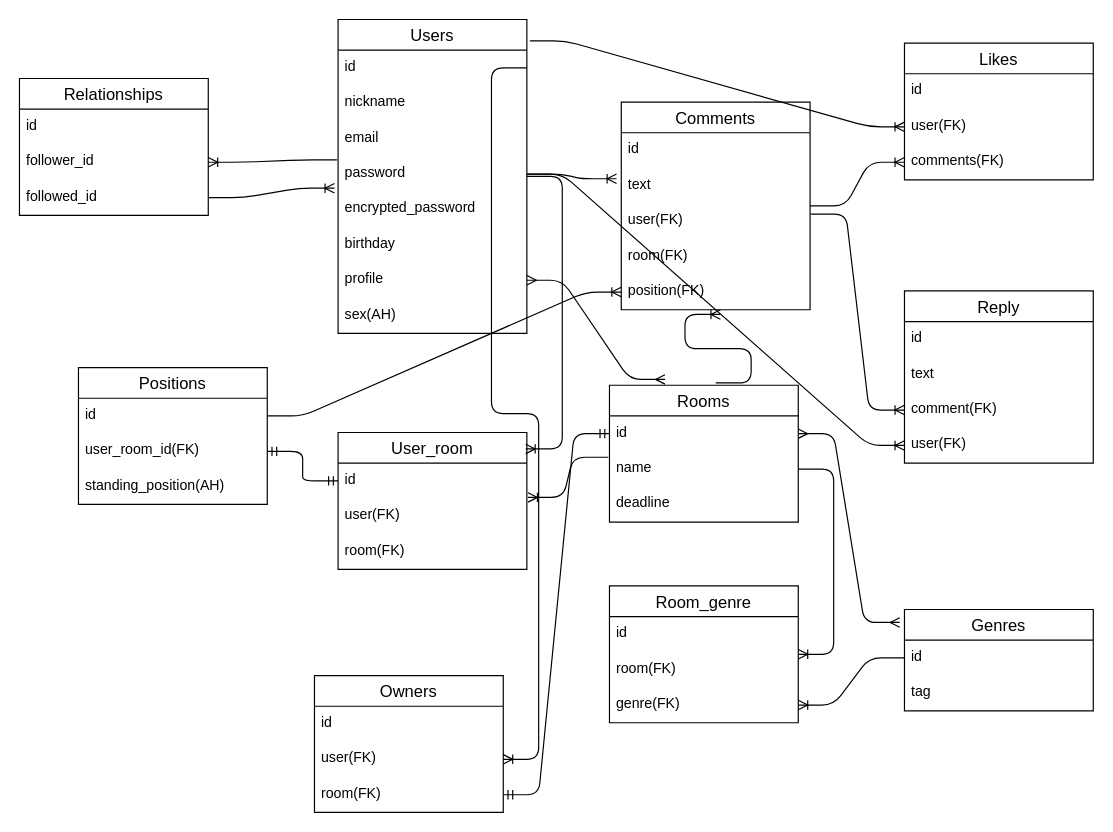
Earlier version of the draw.io diagram ER図.dio (harukicode0/discussion_app_2022). Source tidied: cells renumbered, new cells numbered last; positions are measured from the earlier drawing's top-left corner, leaving out a move shared by most shapes. Both pictures are drawn from the tidied source at 118%, with x=0, y=0 at pixel (19, 19).
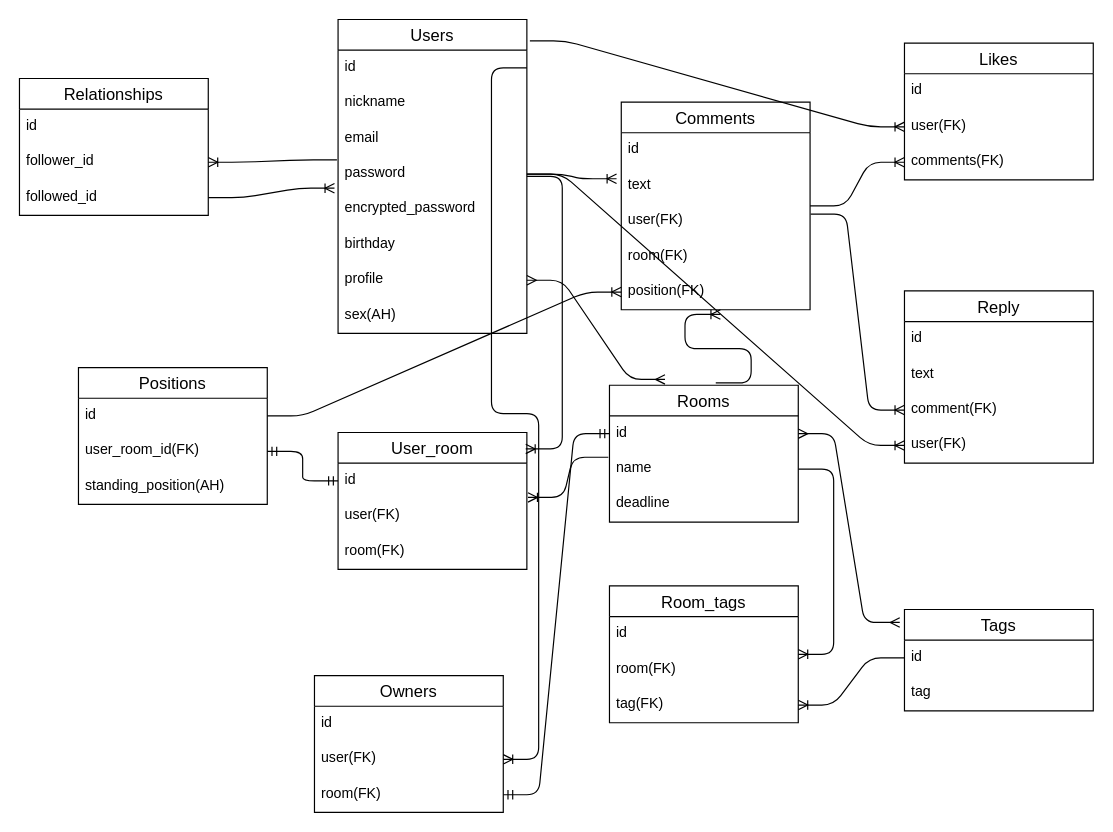
After the change.

Diff of the diagram source:
```diff
@@
-    <mxCell id="28" value="Genres" style="swimlane;fontStyle=0;horizontal=1;startSize=26;align=center;fontSize=14;" parent="1" vertex="1">
+    <mxCell id="28" value="Tags" style="swimlane;fontStyle=0;horizontal=1;startSize=26;align=center;fontSize=14;" parent="1" vertex="1">
       <mxGeometry x="750" y="500" width="160" height="86" as="geometry" />
     </mxCell>
@@
-    <mxCell id="31" value="Room_genre" style="swimlane;fontStyle=0;horizontal=1;startSize=26;align=center;fontSize=14;" parent="1" vertex="1">
+    <mxCell id="31" value="Room_tags" style="swimlane;fontStyle=0;horizontal=1;startSize=26;align=center;fontSize=14;" parent="1" vertex="1">
       <mxGeometry x="500" y="480" width="160" height="116" as="geometry" />
     </mxCell>
@@
-    <mxCell id="34" value="genre(FK)" style="text;strokeColor=none;fillColor=none;spacingLeft=4;spacingRight=4;overflow=hidden;points=[[0,0.5],[1,0.5]];portConstraint=eastwest;fontSize=12;" parent="31" vertex="1">
+    <mxCell id="34" value="tag(FK)" style="text;strokeColor=none;fillColor=none;spacingLeft=4;spacingRight=4;overflow=hidden;points=[[0,0.5],[1,0.5]];portConstraint=eastwest;fontSize=12;" parent="31" vertex="1">
       <mxGeometry y="86" width="160" height="30" as="geometry" />
     </mxCell>
```
